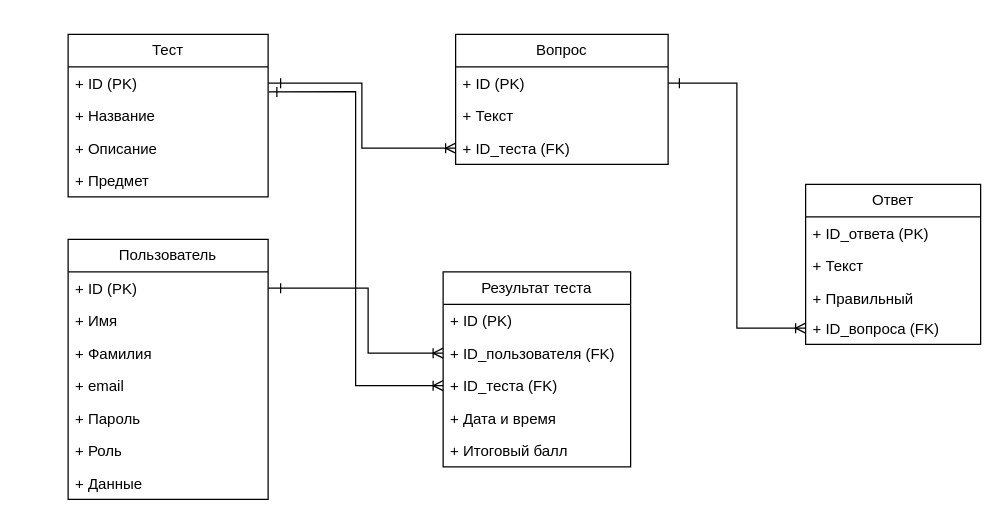
Earlier version of the draw.io diagram 6sem/BD/Lab1/UML_logical.drawio (DimaXDD/Course3). Source tidied: cells renumbered, new cells numbered last; positions are measured from the earlier drawing's top-left corner, leaving out a move shared by most shapes. Both pictures are drawn from the tidied source at 125%, with x=0, y=0 at pixel (68, 34).
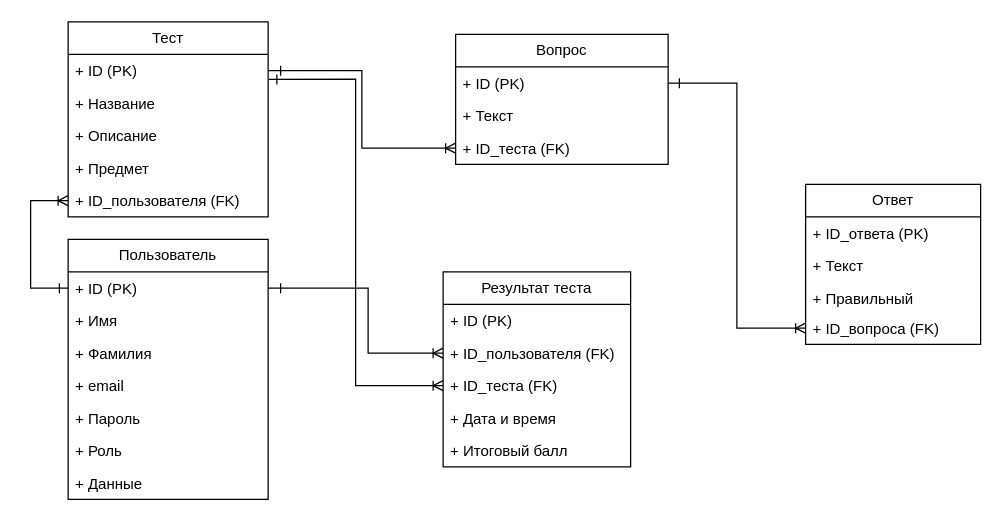
After the change.

Unchanged cells that the change refers to:
```xml
<mxCell id="17" value="+ ID (PK)" style="text;strokeColor=none;fillColor=none;align=left;verticalAlign=top;spacingLeft=4;spacingRight=4;overflow=hidden;points=[[0,0.5],[1,0.5]];portConstraint=eastwest;whiteSpace=wrap;html=1;" parent="16" vertex="1">
  <mxGeometry y="26" width="160" height="26" as="geometry" />
</mxCell>
```

Diff of the diagram source:
```diff
@@
     <mxCell id="2" value="Тест" style="swimlane;fontStyle=0;horizontal=1;startSize=26;fillColor=none;whiteSpace=wrap;html=1;" parent="1" vertex="1">
-      <mxGeometry width="160" height="130" as="geometry" />
+      <mxGeometry y="-10" width="160" height="156" as="geometry" />
     </mxCell>
@@
+    <mxCell id="38" value="+ ID_пользователя (FK)" style="text;strokeColor=none;fillColor=none;align=left;verticalAlign=top;spacingLeft=4;spacingRight=4;overflow=hidden;points=[[0,0.5],[1,0.5]];portConstraint=eastwest;whiteSpace=wrap;html=1;" parent="2" vertex="1">
+      <mxGeometry y="130" width="160" height="26" as="geometry" />
+    </mxCell>
@@
     <mxCell id="35" style="endArrow=none;html=1;rounded=0;" parent="1" edge="1">
       <mxGeometry relative="1" as="geometry">
-        <mxPoint x="167" y="42" as="sourcePoint" />
-        <mxPoint x="167" y="50" as="targetPoint" />
+        <mxPoint x="167" y="32" as="sourcePoint" />
+        <mxPoint x="167" y="40" as="targetPoint" />
       </mxGeometry>
     </mxCell>
     <mxCell id="36" style="endArrow=none;html=1;rounded=0;" parent="1" edge="1">
       <mxGeometry relative="1" as="geometry">
-        <mxPoint x="170" y="35" as="sourcePoint" />
-        <mxPoint x="170" y="43" as="targetPoint" />
+        <mxPoint x="170" y="25" as="sourcePoint" />
+        <mxPoint x="170" y="33" as="targetPoint" />
       </mxGeometry>
     </mxCell>
@@
+    <mxCell id="39" style="edgeStyle=orthogonalEdgeStyle;fontSize=12;html=1;endArrow=ERoneToMany;rounded=0;exitX=0;exitY=0.5;exitDx=0;exitDy=0;entryX=0;entryY=0.5;entryDx=0;entryDy=0;" parent="1" edge="1" source="17" target="38">
+      <mxGeometry relative="1" as="geometry">
+        <Array as="points">
+          <mxPoint x="-30" y="203" />
+          <mxPoint x="-30" y="133" />
+        </Array>
+      </mxGeometry>
+    </mxCell>
+    <mxCell id="40" style="endArrow=none;html=1;rounded=0;" parent="1" edge="1">
+      <mxGeometry relative="1" as="geometry">
+        <mxPoint x="-7" y="199" as="sourcePoint" />
+        <mxPoint x="-7" y="207" as="targetPoint" />
+      </mxGeometry>
+    </mxCell>
```
